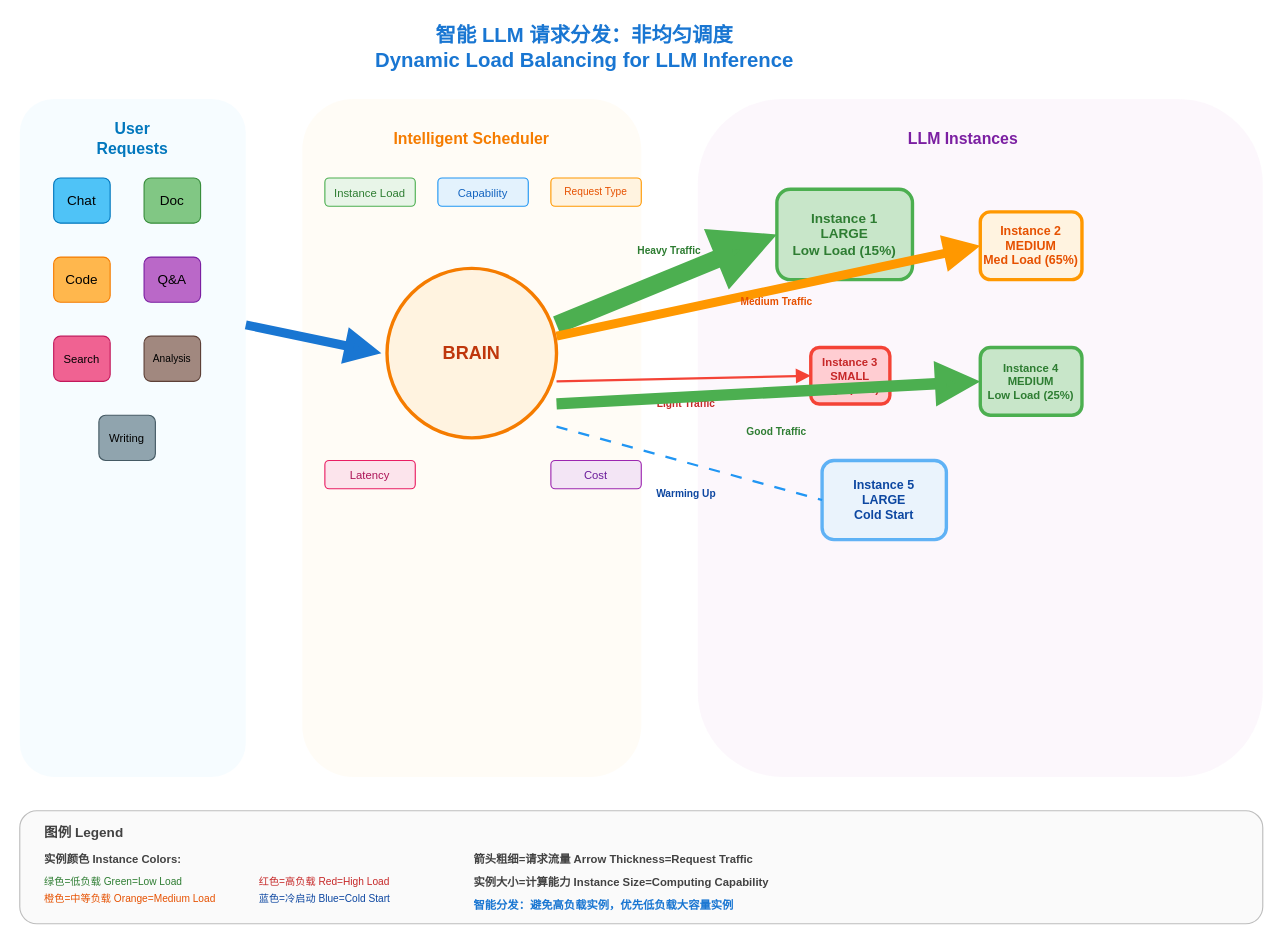
Before: drawio_figs/buaa_proposal/研究内容2new.drawio in Jinghao-coding/paperstudy, a draw.io diagram. Source tidied: cells renumbered, new cells numbered last; positions are measured from the earlier drawing's top-left corner, leaving out a move shared by most shapes. Both pictures are drawn from the tidied source at 113%, with x=0, y=0 at pixel (19, 19).
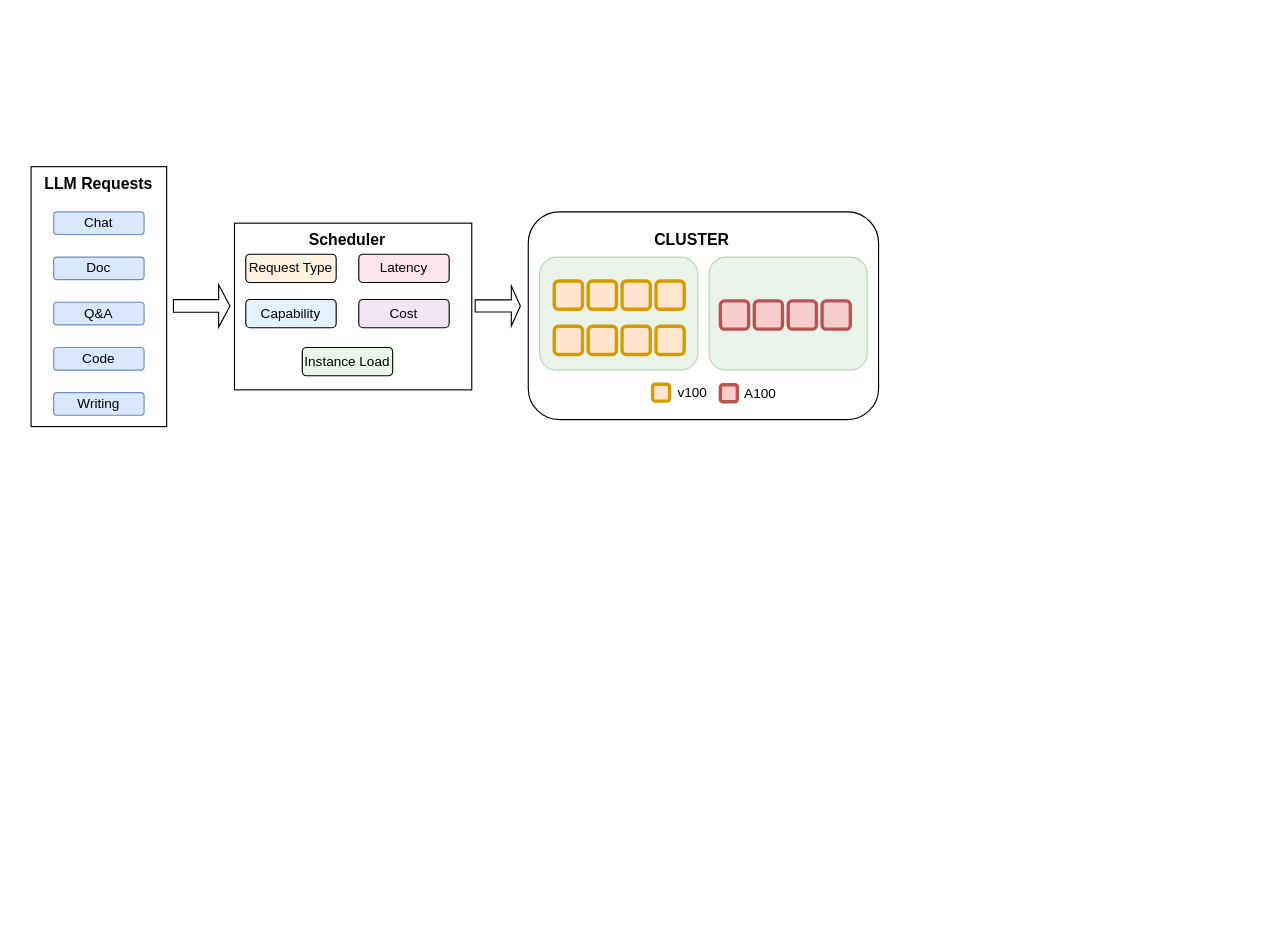
After the change.

Commit message:
更新研究内容2new.drawio

What changed in the source:
```diff
@@
-    <mxCell id="2" style="rounded=1;whiteSpace=wrap;html=1;fillColor=#e1f5fe;strokeColor=none;opacity=30;" parent="1" vertex="1">
-      <mxGeometry y="70" width="200" height="600" as="geometry" />
-    </mxCell>
-    <mxCell id="3" style="rounded=1;whiteSpace=wrap;html=1;fillColor=#fff3e0;strokeColor=none;opacity=30;" parent="1" vertex="1">
-      <mxGeometry x="250" y="70" width="300" height="600" as="geometry" />
-    </mxCell>
-    <mxCell id="4" style="rounded=1;whiteSpace=wrap;html=1;fillColor=#f3e5f5;strokeColor=none;opacity=30;" parent="1" vertex="1">
-      <mxGeometry x="600" y="70" width="500" height="600" as="geometry" />
-    </mxCell>
-    <mxCell id="5" value="智能 LLM 请求分发：非均匀调度&#10;Dynamic Load Balancing for LLM Inference" style="text;html=1;strokeColor=none;fillColor=none;align=center;verticalAlign=middle;whiteSpace=wrap;rounded=0;fontSize=18;fontStyle=1;fontColor=#1976d2;" parent="1" vertex="1">
-      <mxGeometry x="150" width="700" height="50" as="geometry" />
-    </mxCell>
+    <mxCell id="48" style="rounded=0;whiteSpace=wrap;html=1;" parent="1" vertex="1">
+      <mxGeometry x="190" y="180" width="210" height="147.5" as="geometry" />
+    </mxCell>
+    <mxCell id="49" style="rounded=0;whiteSpace=wrap;html=1;" parent="1" vertex="1">
+      <mxGeometry x="10" y="130" width="120" height="230" as="geometry" />
+    </mxCell>
-    <mxCell id="6" value="User Requests" style="text;html=1;strokeColor=none;fillColor=none;align=center;verticalAlign=middle;whiteSpace=wrap;rounded=0;fontSize=14;fontStyle=1;fontColor=#0277bd;" parent="1" vertex="1">
-      <mxGeometry x="50" y="90" width="100" height="30" as="geometry" />
+    <mxCell id="6" value="&lt;font style=&quot;color: rgb(0, 0, 0);&quot;&gt;LLM Requests&lt;/font&gt;" style="text;html=1;strokeColor=none;fillColor=none;align=center;verticalAlign=middle;whiteSpace=wrap;rounded=0;fontSize=14;fontStyle=1;fontColor=#0277bd;" parent="1" vertex="1">
+      <mxGeometry x="20" y="130" width="100" height="30" as="geometry" />
     </mxCell>
-    <mxCell id="7" value="Chat" style="rounded=1;whiteSpace=wrap;html=1;fontSize=12;fillColor=#4fc3f7;strokeColor=#0277bd;fontColor=#000000;" parent="1" vertex="1">
-      <mxGeometry x="30" y="140" width="50" height="40" as="geometry" />
+    <mxCell id="7" value="Chat" style="rounded=1;whiteSpace=wrap;html=1;fontSize=12;fillColor=#dae8fc;strokeColor=#6c8ebf;" parent="1" vertex="1">
+      <mxGeometry x="30" y="170" width="80" height="20" as="geometry" />
     </mxCell>
-    <mxCell id="8" value="Doc" style="rounded=1;whiteSpace=wrap;html=1;fontSize=12;fillColor=#81c784;strokeColor=#388e3c;fontColor=#000000;" parent="1" vertex="1">
-      <mxGeometry x="110" y="140" width="50" height="40" as="geometry" />
+    <mxCell id="8" value="Doc" style="rounded=1;whiteSpace=wrap;html=1;fontSize=12;fillColor=#dae8fc;strokeColor=#6c8ebf;" parent="1" vertex="1">
+      <mxGeometry x="30" y="210" width="80" height="20" as="geometry" />
     </mxCell>
-    <mxCell id="9" value="Code" style="rounded=1;whiteSpace=wrap;html=1;fontSize=12;fillColor=#ffb74d;strokeColor=#f57c00;fontColor=#000000;" parent="1" vertex="1">
-      <mxGeometry x="30" y="210" width="50" height="40" as="geometry" />
+    <mxCell id="9" value="Code" style="rounded=1;whiteSpace=wrap;html=1;fontSize=12;fillColor=#dae8fc;strokeColor=#6c8ebf;" parent="1" vertex="1">
+      <mxGeometry x="30" y="290" width="80" height="20" as="geometry" />
     </mxCell>
-    <mxCell id="10" value="Q&amp;A" style="rounded=1;whiteSpace=wrap;html=1;fontSize=12;fillColor=#ba68c8;strokeColor=#7b1fa2;fontColor=#000000;" parent="1" vertex="1">
-      <mxGeometry x="110" y="210" width="50" height="40" as="geometry" />
+    <mxCell id="10" value="Q&amp;A" style="rounded=1;whiteSpace=wrap;html=1;fontSize=12;fillColor=#dae8fc;strokeColor=#6c8ebf;" parent="1" vertex="1">
+      <mxGeometry x="30" y="250" width="80" height="20" as="geometry" />
     </mxCell>
-    <mxCell id="11" value="Search" style="rounded=1;whiteSpace=wrap;html=1;fontSize=10;fillColor=#f06292;strokeColor=#c2185b;fontColor=#000000;" parent="1" vertex="1">
-      <mxGeometry x="30" y="280" width="50" height="40" as="geometry" />
-    </mxCell>
-    <mxCell id="12" value="Analysis" style="rounded=1;whiteSpace=wrap;html=1;fontSize=9;fillColor=#a1887f;strokeColor=#5d4037;fontColor=#000000;" parent="1" vertex="1">
-      <mxGeometry x="110" y="280" width="50" height="40" as="geometry" />
-    </mxCell>
-    <mxCell id="13" value="Writing" style="rounded=1;whiteSpace=wrap;html=1;fontSize=10;fillColor=#90a4ae;strokeColor=#455a64;fontColor=#000000;" parent="1" vertex="1">
-      <mxGeometry x="70" y="350" width="50" height="40" as="geometry" />
+    <mxCell id="13" value="&lt;font style=&quot;font-size: 12px;&quot;&gt;Writing&lt;/font&gt;" style="rounded=1;whiteSpace=wrap;html=1;fontSize=10;fillColor=#dae8fc;strokeColor=#6c8ebf;" parent="1" vertex="1">
+      <mxGeometry x="30" y="330" width="80" height="20" as="geometry" />
     </mxCell>
-    <mxCell id="14" value="Intelligent Scheduler" style="text;html=1;strokeColor=none;fillColor=none;align=center;verticalAlign=middle;whiteSpace=wrap;rounded=0;fontSize=14;fontStyle=1;fontColor=#f57c00;" parent="1" vertex="1">
-      <mxGeometry x="325" y="90" width="150" height="30" as="geometry" />
+    <mxCell id="14" value="&lt;font style=&quot;color: rgb(0, 0, 0);&quot;&gt;Scheduler&lt;/font&gt;" style="text;html=1;strokeColor=none;fillColor=none;align=center;verticalAlign=middle;whiteSpace=wrap;rounded=0;fontSize=14;fontStyle=1;fontColor=#f57c00;" parent="1" vertex="1">
+      <mxGeometry x="215" y="180" width="150" height="30" as="geometry" />
     </mxCell>
-    <mxCell id="15" value="BRAIN" style="ellipse;whiteSpace=wrap;html=1;fontSize=16;fillColor=#fff3e0;strokeColor=#f57c00;strokeWidth=3;fontColor=#bf360c;fontStyle=1;" parent="1" vertex="1">
-      <mxGeometry x="325" y="220" width="150" height="150" as="geometry" />
-    </mxCell>
-    <mxCell id="16" value="Instance Load" style="rounded=1;whiteSpace=wrap;html=1;fontSize=10;fillColor=#e8f5e8;strokeColor=#4caf50;fontColor=#2e7d32;" parent="1" vertex="1">
-      <mxGeometry x="270" y="140" width="80" height="25" as="geometry" />
+    <mxCell id="16" value="&lt;font style=&quot;color: rgb(0, 0, 0); font-size: 12px;&quot;&gt;Instance Load&lt;/font&gt;" style="rounded=1;whiteSpace=wrap;html=1;fontSize=10;fillColor=#e8f5e8;strokeColor=#000000;fontColor=#2e7d32;" parent="1" vertex="1">
+      <mxGeometry x="250" y="290" width="80" height="25" as="geometry" />
     </mxCell>
-    <mxCell id="17" value="Capability" style="rounded=1;whiteSpace=wrap;html=1;fontSize=10;fillColor=#e3f2fd;strokeColor=#2196f3;fontColor=#1565c0;" parent="1" vertex="1">
-      <mxGeometry x="370" y="140" width="80" height="25" as="geometry" />
+    <mxCell id="17" value="&lt;font style=&quot;color: rgb(0, 0, 0); font-size: 12px;&quot;&gt;Capability&lt;/font&gt;" style="rounded=1;whiteSpace=wrap;html=1;fontSize=10;fillColor=#e3f2fd;strokeColor=#000000;fontColor=#1565c0;" parent="1" vertex="1">
+      <mxGeometry x="200" y="247.5" width="80" height="25" as="geometry" />
     </mxCell>
-    <mxCell id="18" value="Request Type" style="rounded=1;whiteSpace=wrap;html=1;fontSize=9;fillColor=#fff3e0;strokeColor=#ff9800;fontColor=#e65100;" parent="1" vertex="1">
-      <mxGeometry x="470" y="140" width="80" height="25" as="geometry" />
+    <mxCell id="18" value="&lt;font style=&quot;color: rgb(0, 0, 0); font-size: 12px;&quot;&gt;Request Type&lt;/font&gt;" style="rounded=1;whiteSpace=wrap;html=1;fontSize=9;fillColor=#fff3e0;strokeColor=#000000;fontColor=#e65100;" parent="1" vertex="1">
+      <mxGeometry x="200" y="207.5" width="80" height="25" as="geometry" />
     </mxCell>
-    <mxCell id="19" value="Latency" style="rounded=1;whiteSpace=wrap;html=1;fontSize=10;fillColor=#fce4ec;strokeColor=#e91e63;fontColor=#ad1457;" parent="1" vertex="1">
-      <mxGeometry x="270" y="390" width="80" height="25" as="geometry" />
+    <mxCell id="19" value="&lt;font style=&quot;color: rgb(0, 0, 0); font-size: 12px;&quot;&gt;Latency&lt;/font&gt;" style="rounded=1;whiteSpace=wrap;html=1;fontSize=10;fillColor=#fce4ec;strokeColor=#000000;fontColor=#ad1457;" parent="1" vertex="1">
+      <mxGeometry x="300" y="207.5" width="80" height="25" as="geometry" />
     </mxCell>
-    <mxCell id="20" value="Cost" style="rounded=1;whiteSpace=wrap;html=1;fontSize=10;fillColor=#f3e5f5;strokeColor=#9c27b0;fontColor=#6a1b9a;" parent="1" vertex="1">
-      <mxGeometry x="470" y="390" width="80" height="25" as="geometry" />
+    <mxCell id="20" value="&lt;font style=&quot;color: rgb(0, 0, 0); font-size: 12px;&quot;&gt;Cost&lt;/font&gt;" style="rounded=1;whiteSpace=wrap;html=1;fontSize=10;fillColor=#f3e5f5;strokeColor=#000000;fontColor=#6a1b9a;" parent="1" vertex="1">
+      <mxGeometry x="300" y="247.5" width="80" height="25" as="geometry" />
     </mxCell>
+    <mxCell id="50" style="shape=singleArrow;whiteSpace=wrap;html=1;" parent="1" vertex="1">
+      <mxGeometry x="136" y="234.5" width="50" height="37.5" as="geometry" />
+    </mxCell>
+    <mxCell id="51" style="group;" parent="1" vertex="1">
+      <mxGeometry x="450" y="170" width="310" height="183.8" as="geometry" />
+    </mxCell>
+    <mxCell id="52" style="rounded=1;whiteSpace=wrap;html=1;" parent="51" vertex="1">
+      <mxGeometry width="310" height="183.8" as="geometry" />
+    </mxCell>
+    <mxCell id="53" style="rounded=1;whiteSpace=wrap;html=1;fillColor=#d5e8d4;strokeColor=#82b366;opacity=50;" parent="51" vertex="1">
+      <mxGeometry x="10" y="40" width="140" height="100" as="geometry" />
+    </mxCell>
+    <mxCell id="54" style="rounded=1;whiteSpace=wrap;html=1;fillColor=#d5e8d4;strokeColor=#82b366;opacity=50;" parent="51" vertex="1">
+      <mxGeometry x="160" y="40" width="140" height="100" as="geometry" />
+    </mxCell>
+    <mxCell id="55" style="group;" parent="51" vertex="1">
+      <mxGeometry x="23" y="61.2" width="115" height="65" as="geometry" />
+    </mxCell>
+    <mxCell id="56" style="rounded=1;whiteSpace=wrap;html=1;fillColor=#ffe6cc;strokeColor=#d79b00;strokeWidth=3;" parent="55" vertex="1">
+      <mxGeometry width="25" height="25" as="geometry" />
+    </mxCell>
+    <mxCell id="57" style="rounded=1;whiteSpace=wrap;html=1;fillColor=#ffe6cc;strokeColor=#d79b00;strokeWidth=3;" parent="55" vertex="1">
+      <mxGeometry x="30" width="25" height="25" as="geometry" />
+    </mxCell>
+    <mxCell id="58" style="rounded=1;whiteSpace=wrap;html=1;fillColor=#ffe6cc;strokeColor=#d79b00;strokeWidth=3;" parent="55" vertex="1">
+      <mxGeometry x="60" width="25" height="25" as="geometry" />
+    </mxCell>
+    <mxCell id="59" style="rounded=1;whiteSpace=wrap;html=1;fillColor=#ffe6cc;strokeColor=#d79b00;strokeWidth=3;" parent="55" vertex="1">
+      <mxGeometry x="90" width="25" height="25" as="geometry" />
+    </mxCell>
+    <mxCell id="60" style="rounded=1;whiteSpace=wrap;html=1;fillColor=#ffe6cc;strokeColor=#d79b00;strokeWidth=3;" parent="55" vertex="1">
+      <mxGeometry y="40" width="25" height="25" as="geometry" />
+    </mxCell>
+    <mxCell id="61" style="rounded=1;whiteSpace=wrap;html=1;fillColor=#ffe6cc;strokeColor=#d79b00;strokeWidth=3;" parent="55" vertex="1">
+      <mxGeometry x="30" y="40" width="25" height="25" as="geometry" />
+    </mxCell>
+    <mxCell id="62" style="rounded=1;whiteSpace=wrap;html=1;fillColor=#ffe6cc;strokeColor=#d79b00;strokeWidth=3;" parent="55" vertex="1">
+      <mxGeometry x="60" y="40" width="25" height="25" as="geometry" />
+    </mxCell>
+    <mxCell id="63" style="rounded=1;whiteSpace=wrap;html=1;fillColor=#ffe6cc;strokeColor=#d79b00;strokeWidth=3;" parent="55" vertex="1">
+      <mxGeometry x="90" y="40" width="25" height="25" as="geometry" />
+    </mxCell>
+    <mxCell id="64" style="group;" parent="51" vertex="1">
+      <mxGeometry x="170" y="78.8" width="115" height="25" as="geometry" />
+    </mxCell>
+    <mxCell id="65" style="rounded=1;whiteSpace=wrap;html=1;fillColor=#f8cecc;strokeColor=#b85450;strokeWidth=3;" parent="64" vertex="1">
+      <mxGeometry width="25" height="25" as="geometry" />
+    </mxCell>
+    <mxCell id="66" style="rounded=1;whiteSpace=wrap;html=1;fillColor=#f8cecc;strokeColor=#b85450;strokeWidth=3;" parent="64" vertex="1">
+      <mxGeometry x="30" width="25" height="25" as="geometry" />
+    </mxCell>
+    <mxCell id="67" style="rounded=1;whiteSpace=wrap;html=1;fillColor=#f8cecc;strokeColor=#b85450;strokeWidth=3;" parent="64" vertex="1">
+      <mxGeometry x="60" width="25" height="25" as="geometry" />
+    </mxCell>
+    <mxCell id="68" style="rounded=1;whiteSpace=wrap;html=1;fillColor=#f8cecc;strokeColor=#b85450;strokeWidth=3;" parent="64" vertex="1">
+      <mxGeometry x="90" width="25" height="25" as="geometry" />
+    </mxCell>
+    <mxCell id="69" style="rounded=1;whiteSpace=wrap;html=1;fillColor=#ffe6cc;strokeColor=#d79b00;strokeWidth=3;" parent="51" vertex="1">
+      <mxGeometry x="110" y="152.5" width="15" height="15" as="geometry" />
+    </mxCell>
+    <mxCell id="70" value="A100" style="text;html=1;align=center;verticalAlign=middle;strokeColor=none;fillColor=none;" parent="51" vertex="1">
+      <mxGeometry x="180" y="145.5" width="50" height="30" as="geometry" />
+    </mxCell>
+    <mxCell id="71" value="v100" style="text;html=1;align=center;verticalAlign=middle;strokeColor=none;fillColor=none;" parent="51" vertex="1">
+      <mxGeometry x="120" y="145" width="50" height="30" as="geometry" />
+    </mxCell>
+    <mxCell id="72" style="rounded=1;whiteSpace=wrap;html=1;fillColor=#f8cecc;strokeColor=#b85450;strokeWidth=3;" parent="51" vertex="1">
+      <mxGeometry x="170" y="153" width="15" height="15" as="geometry" />
+    </mxCell>
-    <mxCell id="21" value="LLM Instances" style="text;html=1;strokeColor=none;fillColor=none;align=center;verticalAlign=middle;whiteSpace=wrap;rounded=0;fontSize=14;fontStyle=1;fontColor=#7b1fa2;" parent="1" vertex="1">
-      <mxGeometry x="775" y="90" width="120" height="30" as="geometry" />
+    <mxCell id="21" value="&lt;font style=&quot;color: rgb(0, 0, 0);&quot;&gt;CLUSTER&lt;/font&gt;" style="text;html=1;strokeColor=none;fillColor=none;align=center;verticalAlign=middle;whiteSpace=wrap;rounded=0;fontSize=14;fontStyle=1;fontColor=#7b1fa2;" parent="51" vertex="1">
+      <mxGeometry x="85" y="10" width="120" height="30" as="geometry" />
     </mxCell>
-    <mxCell id="22" value="Instance 1&#10;LARGE&#10;Low Load (15%)" style="rounded=1;whiteSpace=wrap;html=1;fontSize=12;fillColor=#c8e6c9;strokeColor=#4caf50;strokeWidth=3;fontColor=#2e7d32;fontStyle=1;" parent="1" vertex="1">
-      <mxGeometry x="670" y="150" width="120" height="80" as="geometry" />
-    </mxCell>
-    <mxCell id="23" value="Instance 2&#10;MEDIUM&#10;Med Load (65%)" style="rounded=1;whiteSpace=wrap;html=1;fontSize=11;fillColor=#fff3e0;strokeColor=#ff9800;strokeWidth=3;fontColor=#e65100;fontStyle=1;" parent="1" vertex="1">
-      <mxGeometry x="850" y="170" width="90" height="60" as="geometry" />
-    </mxCell>
-    <mxCell id="24" value="Instance 3&#10;SMALL&#10;High (90%)" style="rounded=1;whiteSpace=wrap;html=1;fontSize=10;fillColor=#ffcdd2;strokeColor=#f44336;strokeWidth=3;fontColor=#c62828;fontStyle=1;" parent="1" vertex="1">
-      <mxGeometry x="700" y="290" width="70" height="50" as="geometry" />
-    </mxCell>
-    <mxCell id="25" value="Instance 4&#10;MEDIUM&#10;Low Load (25%)" style="rounded=1;whiteSpace=wrap;html=1;fontSize=10;fillColor=#c8e6c9;strokeColor=#4caf50;strokeWidth=3;fontColor=#2e7d32;fontStyle=1;" parent="1" vertex="1">
-      <mxGeometry x="850" y="290" width="90" height="60" as="geometry" />
-    </mxCell>
-    <mxCell id="26" value="Instance 5&#10;LARGE&#10;Cold Start" style="rounded=1;whiteSpace=wrap;html=1;fontSize=11;fillColor=#e3f2fd;strokeColor=#2196f3;strokeWidth=3;fontColor=#0d47a1;fontStyle=1;opacity=70;" parent="1" vertex="1">
-      <mxGeometry x="710" y="390" width="110" height="70" as="geometry" />
-    </mxCell>
-    <mxCell id="27" style="endArrow=block;html=1;rounded=0;strokeWidth=8;strokeColor=#1976d2;endSize=12;" parent="1" edge="1">
-      <mxGeometry relative="1" as="geometry">
-        <mxPoint x="200" y="270" as="sourcePoint" />
-        <mxPoint x="320" y="295" as="targetPoint" />
-      </mxGeometry>
-    </mxCell>
-    <mxCell id="28" style="endArrow=block;html=1;rounded=0;strokeWidth=16;strokeColor=#4caf50;endSize=16;" parent="1" edge="1">
-      <mxGeometry relative="1" as="geometry">
-        <mxPoint x="475" y="270" as="sourcePoint" />
-        <mxPoint x="670" y="190" as="targetPoint" />
-      </mxGeometry>
-    </mxCell>
-    <mxCell id="29" value="Heavy Traffic" style="text;html=1;strokeColor=none;fillColor=none;align=center;verticalAlign=middle;whiteSpace=wrap;rounded=0;fontSize=9;fontColor=#2e7d32;fontStyle=1;" parent="1" vertex="1">
-      <mxGeometry x="535" y="195" width="80" height="20" as="geometry" />
-    </mxCell>
-    <mxCell id="30" style="endArrow=block;html=1;rounded=0;strokeWidth=8;strokeColor=#ff9800;endSize=12;" parent="1" edge="1">
-      <mxGeometry relative="1" as="geometry">
-        <mxPoint x="475" y="280" as="sourcePoint" />
-        <mxPoint x="850" y="200" as="targetPoint" />
-      </mxGeometry>
-    </mxCell>
-    <mxCell id="31" value="Medium Traffic" style="text;html=1;strokeColor=none;fillColor=none;align=center;verticalAlign=middle;whiteSpace=wrap;rounded=0;fontSize=9;fontColor=#e65100;fontStyle=1;" parent="1" vertex="1">
-      <mxGeometry x="630" y="240" width="80" height="20" as="geometry" />
-    </mxCell>
-    <mxCell id="32" style="endArrow=block;html=1;rounded=0;strokeWidth=2;strokeColor=#f44336;endSize=8;" parent="1" edge="1">
-      <mxGeometry relative="1" as="geometry">
-        <mxPoint x="475" y="320" as="sourcePoint" />
-        <mxPoint x="700" y="315" as="targetPoint" />
-      </mxGeometry>
-    </mxCell>
-    <mxCell id="33" value="Light Traffic" style="text;html=1;strokeColor=none;fillColor=none;align=center;verticalAlign=middle;whiteSpace=wrap;rounded=0;fontSize=9;fontColor=#c62828;fontStyle=1;" parent="1" vertex="1">
-      <mxGeometry x="550" y="330" width="80" height="20" as="geometry" />
-    </mxCell>
-    <mxCell id="34" style="endArrow=block;html=1;rounded=0;strokeWidth=10;strokeColor=#4caf50;endSize=14;" parent="1" edge="1">
-      <mxGeometry relative="1" as="geometry">
-        <mxPoint x="475" y="340" as="sourcePoint" />
-        <mxPoint x="850" y="320" as="targetPoint" />
-      </mxGeometry>
-    </mxCell>
-    <mxCell id="35" value="Good Traffic" style="text;html=1;strokeColor=none;fillColor=none;align=center;verticalAlign=middle;whiteSpace=wrap;rounded=0;fontSize=9;fontColor=#2e7d32;fontStyle=1;" parent="1" vertex="1">
-      <mxGeometry x="630" y="355" width="80" height="20" as="geometry" />
-    </mxCell>
-    <mxCell id="36" style="endArrow=none;html=1;rounded=0;strokeWidth=2;strokeColor=#2196f3;dashed=1;dashPattern=5 5;" parent="1" edge="1">
-      <mxGeometry relative="1" as="geometry">
-        <mxPoint x="475" y="360" as="sourcePoint" />
-        <mxPoint x="710" y="425" as="targetPoint" />
-      </mxGeometry>
-    </mxCell>
-    <mxCell id="37" value="Warming Up" style="text;html=1;strokeColor=none;fillColor=none;align=center;verticalAlign=middle;whiteSpace=wrap;rounded=0;fontSize=9;fontColor=#0d47a1;fontStyle=1;" parent="1" vertex="1">
-      <mxGeometry x="550" y="410" width="80" height="20" as="geometry" />
-    </mxCell>
-    <mxCell id="38" style="rounded=1;whiteSpace=wrap;html=1;fillColor=#fafafa;strokeColor=#bdbdbd;strokeWidth=1;" parent="1" vertex="1">
-      <mxGeometry y="700" width="1100" height="100" as="geometry" />
-    </mxCell>
-    <mxCell id="39" value="图例 Legend" style="text;html=1;strokeColor=none;fillColor=none;align=left;verticalAlign=middle;whiteSpace=wrap;rounded=0;fontSize=12;fontStyle=1;fontColor=#424242;" parent="1" vertex="1">
-      <mxGeometry x="20" y="710" width="100" height="20" as="geometry" />
-    </mxCell>
-    <mxCell id="40" value="实例颜色 Instance Colors:" style="text;html=1;strokeColor=none;fillColor=none;align=left;verticalAlign=middle;whiteSpace=wrap;rounded=0;fontSize=10;fontColor=#424242;fontStyle=1;" parent="1" vertex="1">
-      <mxGeometry x="20" y="735" width="150" height="15" as="geometry" />
-    </mxCell>
-    <mxCell id="41" value="绿色=低负载 Green=Low Load" style="text;html=1;strokeColor=none;fillColor=none;align=left;verticalAlign=middle;whiteSpace=wrap;rounded=0;fontSize=9;fontColor=#2e7d32;" parent="1" vertex="1">
-      <mxGeometry x="20" y="755" width="150" height="15" as="geometry" />
-    </mxCell>
-    <mxCell id="42" value="橙色=中等负载 Orange=Medium Load" style="text;html=1;strokeColor=none;fillColor=none;align=left;verticalAlign=middle;whiteSpace=wrap;rounded=0;fontSize=9;fontColor=#e65100;" parent="1" vertex="1">
-      <mxGeometry x="20" y="770" width="180" height="15" as="geometry" />
-    </mxCell>
-    <mxCell id="43" value="红色=高负载 Red=High Load" style="text;html=1;strokeColor=none;fillColor=none;align=left;verticalAlign=middle;whiteSpace=wrap;rounded=0;fontSize=9;fontColor=#c62828;" parent="1" vertex="1">
-      <mxGeometry x="210" y="755" width="150" height="15" as="geometry" />
-    </mxCell>
-    <mxCell id="44" value="蓝色=冷启动 Blue=Cold Start" style="text;html=1;strokeColor=none;fillColor=none;align=left;verticalAlign=middle;whiteSpace=wrap;rounded=0;fontSize=9;fontColor=#0d47a1;" parent="1" vertex="1">
-      <mxGeometry x="210" y="770" width="150" height="15" as="geometry" />
-    </mxCell>
-    <mxCell id="45" value="箭头粗细=请求流量 Arrow Thickness=Request Traffic" style="text;html=1;strokeColor=none;fillColor=none;align=left;verticalAlign=middle;whiteSpace=wrap;rounded=0;fontSize=10;fontColor=#424242;fontStyle=1;" parent="1" vertex="1">
-      <mxGeometry x="400" y="735" width="250" height="15" as="geometry" />
-    </mxCell>
-    <mxCell id="46" value="实例大小=计算能力 Instance Size=Computing Capability" style="text;html=1;strokeColor=none;fillColor=none;align=left;verticalAlign=middle;whiteSpace=wrap;rounded=0;fontSize=10;fontColor=#424242;fontStyle=1;" parent="1" vertex="1">
-      <mxGeometry x="400" y="755" width="280" height="15" as="geometry" />
-    </mxCell>
-    <mxCell id="47" value="智能分发：避免高负载实例，优先低负载大容量实例" style="text;html=1;strokeColor=none;fillColor=none;align=left;verticalAlign=middle;whiteSpace=wrap;rounded=0;fontSize=10;fontColor=#1976d2;fontStyle=1;" parent="1" vertex="1">
-      <mxGeometry x="400" y="775" width="350" height="15" as="geometry" />
-    </mxCell>
+    <mxCell id="73" style="shape=singleArrow;whiteSpace=wrap;html=1;" parent="1" vertex="1">
+      <mxGeometry x="403" y="235.5" width="40" height="35.5" as="geometry" />
+    </mxCell>
```
